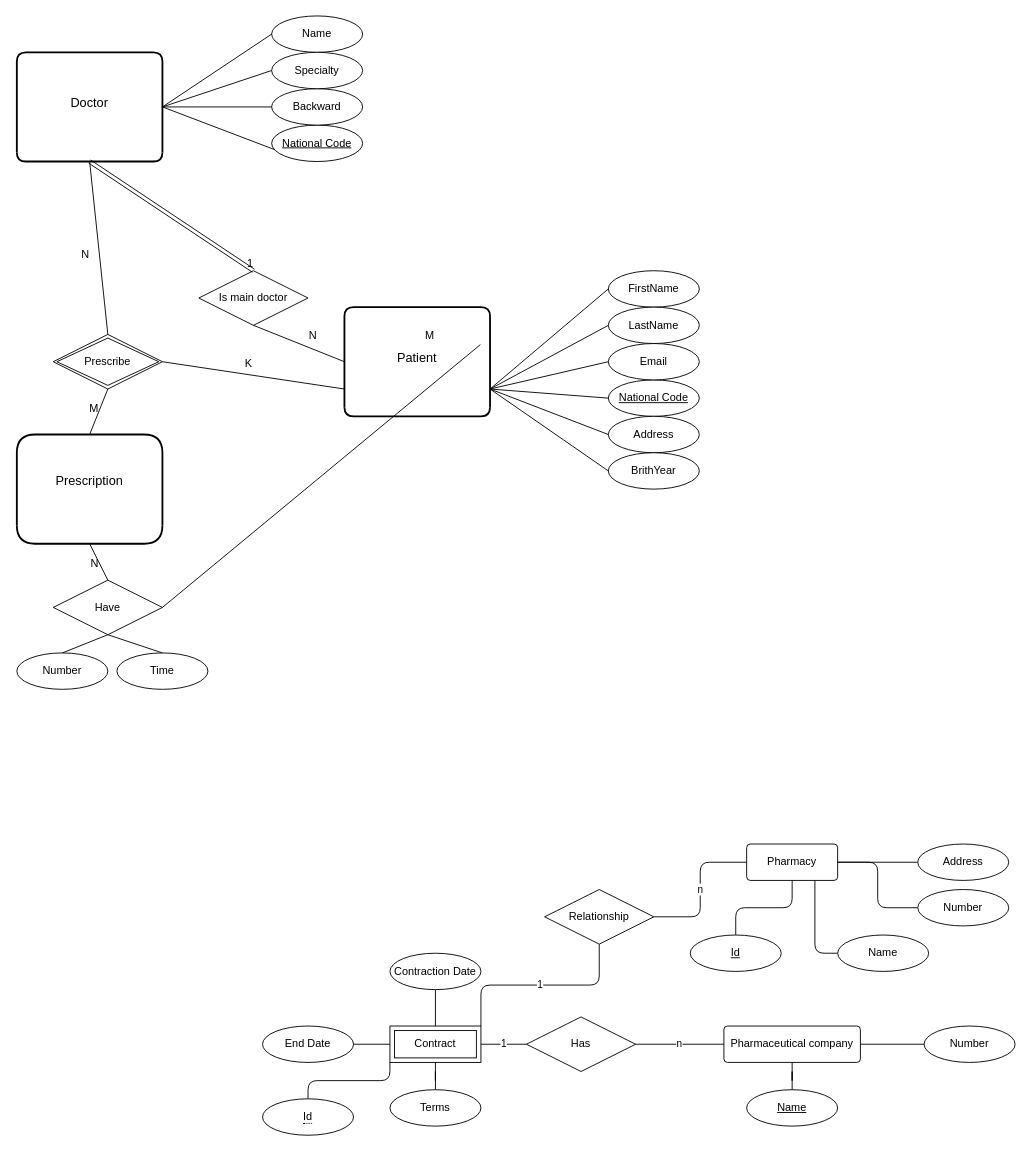
yasharzb/Health-Management keeps this draw.io diagram as Untitled Diagram.drawio. Above is the earlier version. Source tidied: cells renumbered, new cells numbered last; positions are measured from the earlier drawing's top-left corner, leaving out a move shared by most shapes. Both pictures are drawn from the tidied source at 91%, with x=0, y=0 at pixel (16, 15).
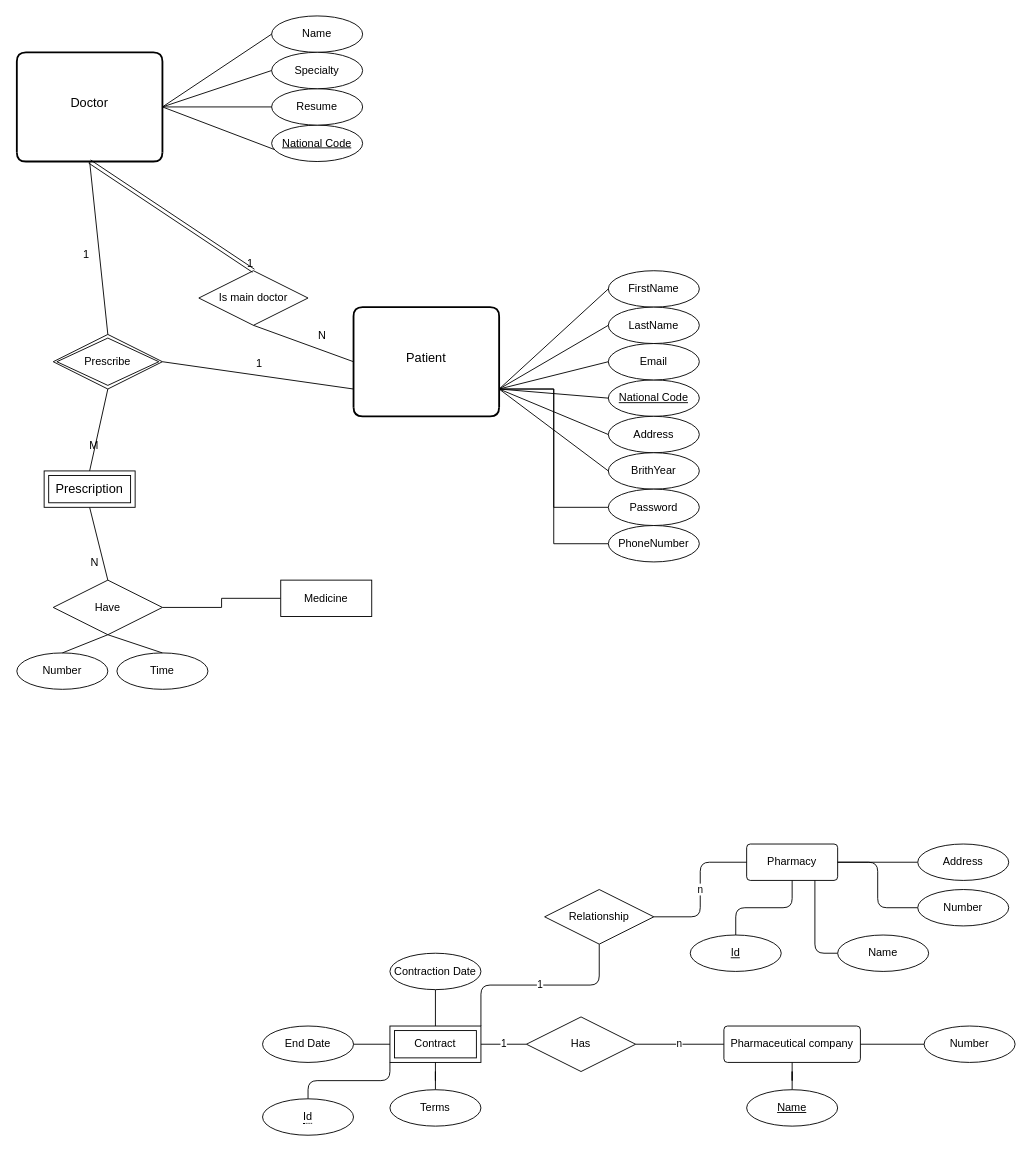
After the change.

Unchanged cells that the change refers to:
```xml
<mxCell id="30" style="endArrow=none;html=1;rounded=0;strokeColor=#000000;exitX=0.5;exitY=1;exitDx=0;exitDy=0;entryX=0.5;entryY=0;entryDx=0;entryDy=0;" parent="1" edge="1" source="2" target="43">
  <mxGeometry relative="1" as="geometry" />
</mxCell>
<mxCell id="32" style="endArrow=none;html=1;rounded=0;strokeColor=#000000;entryX=0;entryY=0.75;entryDx=0;entryDy=0;exitX=1;exitY=0.5;exitDx=0;exitDy=0;" parent="1" edge="1" source="43" target="3">
  <mxGeometry relative="1" as="geometry" />
</mxCell>
<mxCell id="38" value="Have" style="shape=rhombus;perimeter=rhombusPerimeter;whiteSpace=wrap;html=1;align=center;" parent="1" vertex="1">
  <mxGeometry x="40" y="620" width="120" height="60" as="geometry" />
</mxCell>
```

Diff of the diagram source:
```diff
@@
+    <mxCell id="77" style="edgeStyle=orthogonalEdgeStyle;rounded=0;jettySize=auto;html=1;exitX=1;exitY=0.75;exitDx=0;exitDy=0;entryX=0;entryY=0.5;entryDx=0;entryDy=0;endArrow=none;endFill=0;" parent="1" edge="1" source="3" target="80">
+      <mxGeometry relative="1" as="geometry" />
+    </mxCell>
+    <mxCell id="78" style="edgeStyle=orthogonalEdgeStyle;rounded=0;jettySize=auto;html=1;exitX=1;exitY=0.75;exitDx=0;exitDy=0;entryX=0;entryY=0.5;entryDx=0;entryDy=0;endArrow=none;endFill=0;" parent="1" edge="1" source="3" target="81">
+      <mxGeometry relative="1" as="geometry" />
+    </mxCell>
     <mxCell id="3" value="Patient" style="swimlane;horizontal=1;startSize=110;rounded=1;fontSize=14;fontStyle=0;strokeWidth=2;shadow=0;dashed=0;align=center;swimlaneLine=0;" parent="1" vertex="1">
-      <mxGeometry x="360" y="320" width="160" height="120" as="geometry" />
+      <mxGeometry x="370" y="320" width="160" height="120" as="geometry" />
     </mxCell>
-    <mxCell id="4" value="Prescription" style="swimlane;horizontal=1;startSize=100;rounded=1;fontSize=14;fontStyle=0;strokeWidth=2;shadow=0;dashed=0;align=center;swimlaneLine=0;sketch=0;glass=0;perimeterSpacing=0;swimlaneFillColor=none;" parent="1" vertex="1">
-      <mxGeometry y="460" width="160" height="120" as="geometry" />
-    </mxCell>
@@
-    <mxCell id="21" value="Backward" style="ellipse;whiteSpace=wrap;html=1;align=center;" parent="1" vertex="1">
+    <mxCell id="21" value="Resume" style="ellipse;whiteSpace=wrap;html=1;align=center;" parent="1" vertex="1">
       <mxGeometry x="280" y="80" width="100" height="40" as="geometry" />
     </mxCell>
@@
-    <mxCell id="31" value="N" style="html=1;align=right;verticalAlign=bottom;" parent="30" vertex="1">
+    <mxCell id="31" value="1" style="html=1;align=right;verticalAlign=bottom;" parent="30" vertex="1">
       <mxGeometry x="1" relative="1" as="geometry">
         <mxPoint x="-20" y="-80.1" as="offset" />
       </mxGeometry>
     </mxCell>
@@
-    <mxCell id="33" value="K" style="html=1;align=right;verticalAlign=bottom;" parent="32" vertex="1">
+    <mxCell id="33" value="1" style="html=1;align=right;verticalAlign=bottom;" parent="32" vertex="1">
       <mxGeometry x="1" relative="1" as="geometry">
         <mxPoint x="-100.3" y="-20" as="offset" />
       </mxGeometry>
     </mxCell>
@@
+    <mxCell id="79" style="edgeStyle=orthogonalEdgeStyle;rounded=0;jettySize=auto;html=1;exitX=1;exitY=0.5;exitDx=0;exitDy=0;entryX=0;entryY=0.5;entryDx=0;entryDy=0;endArrow=none;endFill=0;" parent="1" edge="1" source="38" target="82">
+      <mxGeometry relative="1" as="geometry" />
+    </mxCell>
@@
-    <mxCell id="41" style="endArrow=none;html=1;rounded=0;strokeColor=#000000;exitX=1;exitY=0.5;exitDx=0;exitDy=0;entryX=-0.004;entryY=0.347;entryDx=0;entryDy=0;entryPerimeter=0;" parent="1" edge="1" source="38">
-      <mxGeometry relative="1" as="geometry">
-        <mxPoint x="509.4" y="361.2" as="targetPoint" />
-      </mxGeometry>
-    </mxCell>
-    <mxCell id="42" value="M" style="html=1;align=right;verticalAlign=bottom;" parent="41" vertex="1">
-      <mxGeometry x="1" relative="1" as="geometry">
-        <mxPoint x="-49.7" y="-1.2" as="offset" />
-      </mxGeometry>
-    </mxCell>
@@
+    <mxCell id="80" value="Password" style="ellipse;whiteSpace=wrap;html=1;align=center;" parent="1" vertex="1">
+      <mxGeometry x="650" y="520" width="100" height="40" as="geometry" />
+    </mxCell>
+    <mxCell id="81" value="PhoneNumber" style="ellipse;whiteSpace=wrap;html=1;align=center;" parent="1" vertex="1">
+      <mxGeometry x="650" y="560" width="100" height="40" as="geometry" />
+    </mxCell>
+    <mxCell id="4" value="&lt;span style=&quot;font-size: 14px&quot;&gt;Prescription&lt;/span&gt;" style="shape=ext;margin=3;double=1;whiteSpace=wrap;html=1;align=center;" parent="1" vertex="1">
+      <mxGeometry x="30" y="500" width="100" height="40" as="geometry" />
+    </mxCell>
+    <mxCell id="82" value="Medicine" style="whiteSpace=wrap;html=1;align=center;" parent="1" vertex="1">
+      <mxGeometry x="290" y="620" width="100" height="40" as="geometry" />
+    </mxCell>
```
